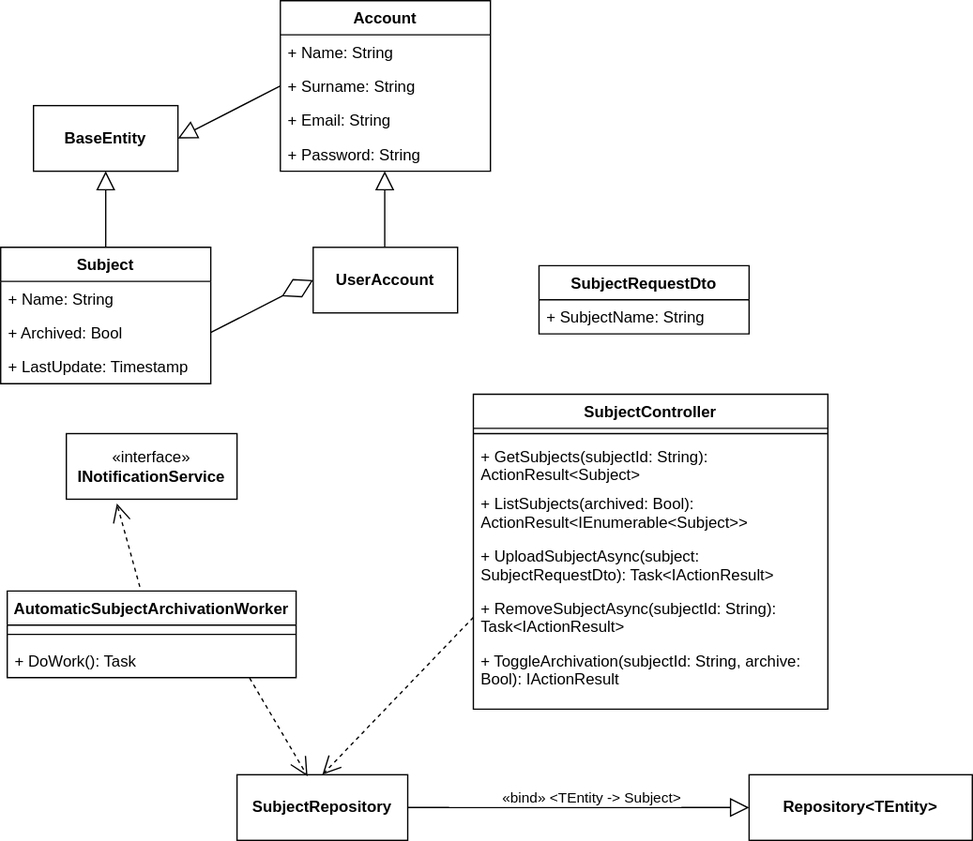
Above: lab2diags/logical-view/archivation.drawio.svg in piatrashkakanstantinass/psi2 (draw.io), before the change. Source tidied: cells renumbered, new cells last; positions are measured from the earlier drawing's top-left corner, leaving out a move shared by most shapes.
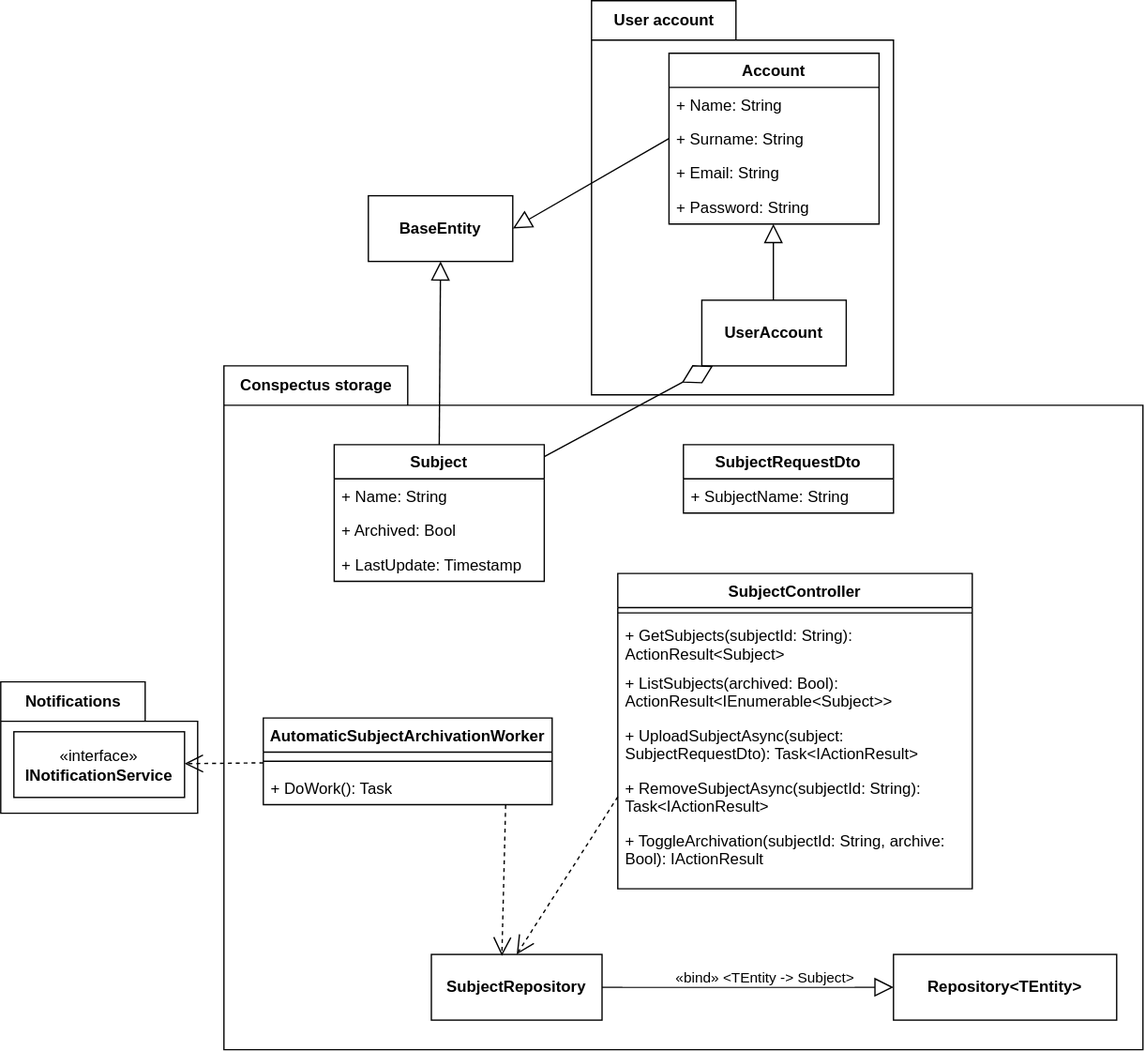
The same file after the commit.

Change to the diagram source:
```diff
@@ -2,8 +2,22 @@
   <root>
     <mxCell id="0" />
     <mxCell id="1" parent="0" />
+    <mxCell id="37" value="User account" style="shape=folder;fontStyle=1;tabWidth=110;tabHeight=30;tabPosition=left;html=1;boundedLbl=1;labelInHeader=1;" parent="1" vertex="1">
+      <mxGeometry x="154" y="-40" width="230" height="300" as="geometry" />
+    </mxCell>
+    <mxCell id="38" style="html=1;strokeColor=none;fillColor=none;" parent="37" vertex="1">
+      <mxGeometry width="230" height="210" relative="1" as="geometry">
+        <mxPoint y="30" as="offset" />
+      </mxGeometry>
+    </mxCell>
+    <mxCell id="39" style="group;" parent="1" vertex="1">
+      <mxGeometry x="-126" y="238" width="700" height="520.5" as="geometry" />
+    </mxCell>
+    <mxCell id="40" value="Conspectus storage" style="shape=folder;fontStyle=1;tabWidth=140;tabHeight=30;tabPosition=left;html=1;boundedLbl=1;labelInHeader=1;" parent="39" vertex="1">
+      <mxGeometry width="700" height="520.5" as="geometry" />
+    </mxCell>
-    <mxCell id="2" value="Subject" style="swimlane;fontStyle=1;align=center;verticalAlign=top;horizontal=1;startSize=26;whiteSpace=wrap;html=1;" parent="1" vertex="1">
-      <mxGeometry y="188" width="160" height="104" as="geometry" />
+    <mxCell id="2" value="Subject" style="swimlane;fontStyle=1;align=center;verticalAlign=top;horizontal=1;startSize=26;whiteSpace=wrap;html=1;" parent="39" vertex="1">
+      <mxGeometry x="84" y="60" width="160" height="104" as="geometry" />
     </mxCell>
     <mxCell id="3" value="+ Name: String" style="text;strokeColor=none;fillColor=none;align=left;verticalAlign=top;spacingLeft=4;spacingRight=4;overflow=hidden;whiteSpace=wrap;html=1;" parent="2" vertex="1">
       <mxGeometry y="26" width="160" height="26" as="geometry" />
@@ -14,14 +28,8 @@
     <mxCell id="5" value="+ LastUpdate: Timestamp" style="text;strokeColor=none;fillColor=none;align=left;verticalAlign=top;spacingLeft=4;spacingRight=4;overflow=hidden;whiteSpace=wrap;html=1;" parent="2" vertex="1">
       <mxGeometry y="78" width="160" height="26" as="geometry" />
     </mxCell>
-    <mxCell id="6" value="&lt;b&gt;UserAccount&lt;/b&gt;" style="html=1;whiteSpace=wrap;" parent="1" vertex="1">
-      <mxGeometry x="238" y="188" width="110" height="50" as="geometry" />
-    </mxCell>
-    <mxCell id="7" style="endArrow=diamondThin;endFill=0;endSize=24;html=1;rounded=0;entryX=0;entryY=0.5;entryDx=0;entryDy=0;exitX=1;exitY=0.5;exitDx=0;exitDy=0;" parent="1" edge="1" source="4" target="6">
-      <mxGeometry relative="1" as="geometry" />
-    </mxCell>
-    <mxCell id="8" value="SubjectController" style="swimlane;fontStyle=1;align=center;verticalAlign=top;horizontal=1;startSize=26;whiteSpace=wrap;html=1;" parent="1" vertex="1">
-      <mxGeometry x="360" y="300" width="270" height="240" as="geometry" />
+    <mxCell id="8" value="SubjectController" style="swimlane;fontStyle=1;align=center;verticalAlign=top;horizontal=1;startSize=26;whiteSpace=wrap;html=1;" parent="39" vertex="1">
+      <mxGeometry x="300" y="158" width="270" height="240" as="geometry" />
     </mxCell>
     <mxCell id="9" style="line;strokeWidth=1;fillColor=none;align=left;verticalAlign=middle;spacingTop=-1;spacingLeft=3;spacingRight=3;labelPosition=right;strokeColor=inherit;" parent="8" vertex="1">
       <mxGeometry y="26" width="270" height="8" as="geometry" />
@@ -41,25 +49,19 @@
     <mxCell id="14" value="+ ToggleArchivation(subjectId: String, archive: Bool): IActionResult" style="text;strokeColor=none;fillColor=none;align=left;verticalAlign=top;spacingLeft=4;spacingRight=4;overflow=hidden;whiteSpace=wrap;html=1;" parent="8" vertex="1">
       <mxGeometry y="190" width="270" height="50" as="geometry" />
     </mxCell>
-    <mxCell id="15" value="&lt;b&gt;BaseEntity&lt;/b&gt;" style="html=1;whiteSpace=wrap;" parent="1" vertex="1">
-      <mxGeometry x="25" y="80" width="110" height="50" as="geometry" />
-    </mxCell>
-    <mxCell id="16" style="edgeStyle=none;html=1;endSize=12;endArrow=block;endFill=0;rounded=0;entryX=0.5;entryY=1;entryDx=0;entryDy=0;exitX=0.5;exitY=0;exitDx=0;exitDy=0;" parent="1" edge="1" source="2" target="15">
-      <mxGeometry relative="1" as="geometry" />
-    </mxCell>
-    <mxCell id="17" value="SubjectRequestDto" style="swimlane;fontStyle=1;align=center;verticalAlign=top;horizontal=1;startSize=26;whiteSpace=wrap;html=1;" parent="1" vertex="1">
-      <mxGeometry x="410" y="202" width="160" height="52" as="geometry" />
+    <mxCell id="17" value="SubjectRequestDto" style="swimlane;fontStyle=1;align=center;verticalAlign=top;horizontal=1;startSize=26;whiteSpace=wrap;html=1;" parent="39" vertex="1">
+      <mxGeometry x="350" y="60" width="160" height="52" as="geometry" />
     </mxCell>
     <mxCell id="18" value="+ SubjectName: String" style="text;strokeColor=none;fillColor=none;align=left;verticalAlign=top;spacingLeft=4;spacingRight=4;overflow=hidden;whiteSpace=wrap;html=1;" parent="17" vertex="1">
       <mxGeometry y="26" width="160" height="26" as="geometry" />
     </mxCell>
-    <mxCell id="19" value="&lt;b&gt;SubjectRepository&lt;/b&gt;" style="html=1;whiteSpace=wrap;" parent="1" vertex="1">
-      <mxGeometry x="180" y="590" width="130" height="50" as="geometry" />
+    <mxCell id="19" value="&lt;b&gt;SubjectRepository&lt;/b&gt;" style="html=1;whiteSpace=wrap;" parent="39" vertex="1">
+      <mxGeometry x="158" y="448" width="130" height="50" as="geometry" />
     </mxCell>
-    <mxCell id="20" value="&lt;b&gt;Repository&amp;lt;TEntity&amp;gt;&lt;/b&gt;" style="html=1;whiteSpace=wrap;" parent="1" vertex="1">
-      <mxGeometry x="570" y="590" width="170" height="50" as="geometry" />
+    <mxCell id="20" value="&lt;b&gt;Repository&amp;lt;TEntity&amp;gt;&lt;/b&gt;" style="html=1;whiteSpace=wrap;" parent="39" vertex="1">
+      <mxGeometry x="510" y="448" width="170" height="50" as="geometry" />
     </mxCell>
-    <mxCell id="21" style="edgeStyle=none;html=1;endSize=12;endArrow=block;endFill=0;rounded=0;exitX=1;exitY=0.5;exitDx=0;exitDy=0;entryX=0;entryY=0.5;entryDx=0;entryDy=0;" parent="1" edge="1" source="19" target="20">
+    <mxCell id="21" style="edgeStyle=none;html=1;endSize=12;endArrow=block;endFill=0;rounded=0;exitX=1;exitY=0.5;exitDx=0;exitDy=0;entryX=0;entryY=0.5;entryDx=0;entryDy=0;" parent="39" edge="1" source="19" target="20">
       <mxGeometry relative="1" as="geometry" />
     </mxCell>
     <mxCell id="22" value="&lt;blockquote style=&quot;margin: 0 0 0 40px; border: none; padding: 0px;&quot;&gt;«bind» &amp;lt;TEntity -&amp;gt; Subject&amp;gt;&lt;/blockquote&gt;" style="edgeLabel;html=1;align=center;verticalAlign=middle;" parent="21" vertex="1">
@@ -67,11 +69,11 @@
         <mxPoint x="5" y="-6" as="offset" />
       </mxGeometry>
     </mxCell>
-    <mxCell id="23" style="endArrow=open;endSize=12;dashed=1;html=1;rounded=0;exitX=0;exitY=0.5;exitDx=0;exitDy=0;entryX=0.5;entryY=0;entryDx=0;entryDy=0;" parent="1" edge="1" source="13" target="19">
+    <mxCell id="23" style="endArrow=open;endSize=12;dashed=1;html=1;rounded=0;exitX=0;exitY=0.5;exitDx=0;exitDy=0;entryX=0.5;entryY=0;entryDx=0;entryDy=0;" parent="39" edge="1" source="13" target="19">
       <mxGeometry relative="1" as="geometry" />
     </mxCell>
-    <mxCell id="24" value="AutomaticSubjectArchivationWorker" style="swimlane;fontStyle=1;align=center;verticalAlign=top;horizontal=1;startSize=26;whiteSpace=wrap;html=1;" parent="1" vertex="1">
-      <mxGeometry x="5" y="450" width="220" height="66" as="geometry" />
+    <mxCell id="24" value="AutomaticSubjectArchivationWorker" style="swimlane;fontStyle=1;align=center;verticalAlign=top;horizontal=1;startSize=26;whiteSpace=wrap;html=1;" parent="39" vertex="1">
+      <mxGeometry x="30" y="268" width="220" height="66" as="geometry" />
     </mxCell>
     <mxCell id="25" style="line;strokeWidth=1;fillColor=none;align=left;verticalAlign=middle;spacingTop=-1;spacingLeft=3;spacingRight=3;labelPosition=right;strokeColor=inherit;" parent="24" vertex="1">
       <mxGeometry y="26" width="220" height="14" as="geometry" />
@@ -79,13 +81,30 @@
     <mxCell id="26" value="+ DoWork(): Task" style="text;strokeColor=none;fillColor=none;align=left;verticalAlign=top;spacingLeft=4;spacingRight=4;overflow=hidden;points=[[0,0.5],[1,0.5]];portConstraint=eastwest;whiteSpace=wrap;html=1;" parent="24" vertex="1">
       <mxGeometry y="40" width="220" height="26" as="geometry" />
     </mxCell>
+    <mxCell id="28" style="endArrow=open;endSize=12;dashed=1;html=1;rounded=0;exitX=0.839;exitY=1.012;exitDx=0;exitDy=0;entryX=0.413;entryY=0.022;entryDx=0;entryDy=0;entryPerimeter=0;exitPerimeter=0;" parent="39" edge="1" source="26" target="19">
+      <mxGeometry relative="1" as="geometry" />
+    </mxCell>
+    <mxCell id="41" value="Notifications" style="shape=folder;fontStyle=1;tabWidth=110;tabHeight=30;tabPosition=left;html=1;boundedLbl=1;labelInHeader=1;" parent="1" vertex="1">
+      <mxGeometry x="-296" y="478.5" width="150" height="100" as="geometry" />
+    </mxCell>
+    <mxCell id="42" style="html=1;strokeColor=none;fillColor=none;" parent="41" vertex="1">
+      <mxGeometry width="150" height="70" relative="1" as="geometry">
+        <mxPoint y="30" as="offset" />
+      </mxGeometry>
+    </mxCell>
-    <mxCell id="27" value="«interface»&lt;br&gt;&lt;b&gt;INotificationService&lt;/b&gt;" style="html=1;whiteSpace=wrap;" parent="1" vertex="1">
-      <mxGeometry x="50" y="330" width="130" height="50" as="geometry" />
+    <mxCell id="27" value="«interface»&lt;br&gt;&lt;b&gt;INotificationService&lt;/b&gt;" style="html=1;whiteSpace=wrap;" parent="41" vertex="1">
+      <mxGeometry x="10" y="38" width="130" height="50" as="geometry" />
     </mxCell>
-    <mxCell id="28" style="endArrow=open;endSize=12;dashed=1;html=1;rounded=0;exitX=0.839;exitY=1.012;exitDx=0;exitDy=0;entryX=0.413;entryY=0.022;entryDx=0;entryDy=0;entryPerimeter=0;exitPerimeter=0;" parent="1" edge="1" source="26" target="19">
-      <mxGeometry relative="1" as="geometry" />
-    </mxCell>
+    <mxCell id="6" value="&lt;b&gt;UserAccount&lt;/b&gt;" style="html=1;whiteSpace=wrap;" parent="1" vertex="1">
+      <mxGeometry x="238" y="188" width="110" height="50" as="geometry" />
+    </mxCell>
+    <mxCell id="15" value="&lt;b&gt;BaseEntity&lt;/b&gt;" style="html=1;whiteSpace=wrap;" parent="1" vertex="1">
+      <mxGeometry x="-16" y="108.5" width="110" height="50" as="geometry" />
+    </mxCell>
+    <mxCell id="16" style="edgeStyle=none;html=1;endSize=12;endArrow=block;endFill=0;rounded=0;entryX=0.5;entryY=1;entryDx=0;entryDy=0;exitX=0.5;exitY=0;exitDx=0;exitDy=0;" parent="1" edge="1" source="2" target="15">
+      <mxGeometry relative="1" as="geometry" />
+    </mxCell>
-    <mxCell id="29" style="endArrow=open;endSize=12;dashed=1;html=1;rounded=0;exitX=0.459;exitY=-0.049;exitDx=0;exitDy=0;entryX=0.296;entryY=1.065;entryDx=0;entryDy=0;entryPerimeter=0;exitPerimeter=0;" parent="1" edge="1" source="24" target="27">
+    <mxCell id="29" style="endArrow=open;endSize=12;dashed=1;html=1;rounded=0;" parent="1" edge="1" source="24" target="27">
       <mxGeometry relative="1" as="geometry" />
     </mxCell>
     <mxCell id="30" style="edgeStyle=none;html=1;endSize=12;endArrow=block;endFill=0;rounded=0;entryX=0.5;entryY=1;entryDx=0;entryDy=0;exitX=0.5;exitY=0;exitDx=0;exitDy=0;" parent="1" edge="1">
@@ -112,5 +131,13 @@
     <mxCell id="36" style="edgeStyle=none;html=1;endSize=12;endArrow=block;endFill=0;rounded=0;entryX=1;entryY=0.5;entryDx=0;entryDy=0;exitX=0;exitY=0.5;exitDx=0;exitDy=0;" parent="1" edge="1" source="33" target="15">
       <mxGeometry relative="1" as="geometry" />
     </mxCell>
+    <mxCell id="43" style="html=1;strokeColor=none;fillColor=none;" parent="1" vertex="1">
+      <mxGeometry x="-126" y="268" width="700" height="364" as="geometry">
+        <mxPoint y="30" as="offset" />
+      </mxGeometry>
+    </mxCell>
+    <mxCell id="7" style="endArrow=diamondThin;endFill=0;endSize=24;html=1;rounded=0;" parent="1" edge="1" source="2" target="6">
+      <mxGeometry relative="1" as="geometry" />
+    </mxCell>
   </root>
 </mxGraphModel>
```
